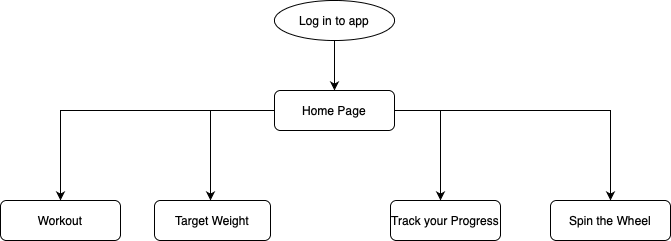
danaibrilli/beast-mode keeps this draw.io diagram as img/Flowchart.png. Above is the earlier version. Source tidied: cells renumbered, new cells last; positions are measured from the earlier drawing's top-left corner, leaving out a move shared by most shapes.
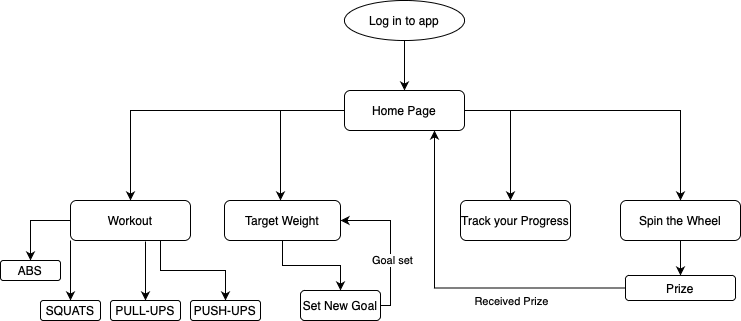
Above is the later version.

The edit, as a diff of the source:
```diff
@@ -23,6 +23,12 @@
     <mxCell id="6" value="Home Page" style="rounded=1;whiteSpace=wrap;html=1;fontSize=12;glass=0;strokeWidth=1;shadow=0;" parent="1" vertex="1">
       <mxGeometry x="274" y="90" width="120" height="40" as="geometry" />
     </mxCell>
+    <mxCell id="13" style="edgeStyle=orthogonalEdgeStyle;rounded=0;jettySize=auto;html=1;entryX=0.5;entryY=0;entryDx=0;entryDy=0;" parent="1" edge="1" source="7" target="17">
+      <mxGeometry relative="1" as="geometry" />
+    </mxCell>
+    <mxCell id="14" style="edgeStyle=orthogonalEdgeStyle;rounded=0;jettySize=auto;html=1;exitX=0.75;exitY=1;exitDx=0;exitDy=0;entryX=0.5;entryY=0;entryDx=0;entryDy=0;" parent="1" edge="1" source="7" target="22">
+      <mxGeometry relative="1" as="geometry" />
+    </mxCell>
     <mxCell id="7" value="Workout" style="rounded=1;whiteSpace=wrap;html=1;fontSize=12;glass=0;strokeWidth=1;shadow=0;" parent="1" vertex="1">
       <mxGeometry y="200" width="120" height="40" as="geometry" />
     </mxCell>
@@ -32,14 +38,65 @@
     <mxCell id="9" value="Log in to app" style="ellipse;whiteSpace=wrap;html=1;" parent="1" vertex="1">
       <mxGeometry x="274" width="120" height="40" as="geometry" />
     </mxCell>
+    <mxCell id="15" style="edgeStyle=orthogonalEdgeStyle;rounded=0;jettySize=auto;html=1;" parent="1" edge="1" source="10" target="25">
+      <mxGeometry relative="1" as="geometry" />
+    </mxCell>
     <mxCell id="10" value="Target Weight" style="rounded=1;whiteSpace=wrap;html=1;" parent="1" vertex="1">
       <mxGeometry x="154" y="200" width="116" height="40" as="geometry" />
     </mxCell>
+    <mxCell id="16" style="edgeStyle=orthogonalEdgeStyle;rounded=0;jettySize=auto;html=1;entryX=0.5;entryY=0;entryDx=0;entryDy=0;" parent="1" edge="1" source="11" target="28">
+      <mxGeometry relative="1" as="geometry" />
+    </mxCell>
     <mxCell id="11" value="Spin the Wheel" style="rounded=1;whiteSpace=wrap;html=1;" parent="1" vertex="1">
       <mxGeometry x="550" y="200" width="120" height="40" as="geometry" />
     </mxCell>
     <mxCell id="12" value="Track your Progress" style="rounded=1;whiteSpace=wrap;html=1;" parent="1" vertex="1">
       <mxGeometry x="390" y="200" width="110" height="40" as="geometry" />
     </mxCell>
+    <mxCell id="17" value="ABS" style="rounded=1;whiteSpace=wrap;html=1;" parent="1" vertex="1">
+      <mxGeometry x="-70" y="260" width="60" height="20" as="geometry" />
+    </mxCell>
+    <mxCell id="18" style="edgeStyle=orthogonalEdgeStyle;rounded=0;jettySize=auto;html=1;entryX=0.5;entryY=0;entryDx=0;entryDy=0;exitX=0;exitY=1;exitDx=0;exitDy=0;" parent="1" edge="1" source="7" target="19">
+      <mxGeometry relative="1" as="geometry" />
+    </mxCell>
+    <mxCell id="19" value="SQUATS" style="rounded=1;whiteSpace=wrap;html=1;" parent="1" vertex="1">
+      <mxGeometry x="-30" y="300" width="60" height="20" as="geometry" />
+    </mxCell>
+    <mxCell id="20" style="edgeStyle=orthogonalEdgeStyle;rounded=0;jettySize=auto;html=1;entryX=0.5;entryY=0;entryDx=0;entryDy=0;" parent="1" edge="1" target="21">
+      <mxGeometry relative="1" as="geometry">
+        <mxPoint x="75" y="241" as="sourcePoint" />
+      </mxGeometry>
+    </mxCell>
+    <mxCell id="21" value="PULL-UPS" style="rounded=1;whiteSpace=wrap;html=1;" parent="1" vertex="1">
+      <mxGeometry x="40" y="300" width="70" height="20" as="geometry" />
+    </mxCell>
+    <mxCell id="22" value="PUSH-UPS" style="rounded=1;whiteSpace=wrap;html=1;" parent="1" vertex="1">
+      <mxGeometry x="120" y="300" width="70" height="20" as="geometry" />
+    </mxCell>
+    <mxCell id="23" style="edgeStyle=orthogonalEdgeStyle;rounded=0;jettySize=auto;html=1;entryX=1;entryY=0.5;entryDx=0;entryDy=0;" parent="1" edge="1" source="25" target="10">
+      <mxGeometry relative="1" as="geometry">
+        <Array as="points">
+          <mxPoint x="320" y="305" />
+          <mxPoint x="320" y="220" />
+        </Array>
+      </mxGeometry>
+    </mxCell>
+    <mxCell id="24" value="Goal set" style="edgeLabel;html=1;align=center;verticalAlign=middle;" parent="23" vertex="1">
+      <mxGeometry x="-0.23" y="-1" relative="1" as="geometry" />
+    </mxCell>
+    <mxCell id="25" value="Set New Goal" style="rounded=1;whiteSpace=wrap;html=1;" parent="1" vertex="1">
+      <mxGeometry x="230" y="290" width="80" height="30" as="geometry" />
+    </mxCell>
+    <mxCell id="26" style="edgeStyle=orthogonalEdgeStyle;rounded=0;jettySize=auto;html=1;entryX=0.75;entryY=1;entryDx=0;entryDy=0;" parent="1" edge="1" source="28" target="6">
+      <mxGeometry relative="1" as="geometry" />
+    </mxCell>
+    <mxCell id="27" value="Received Prize" style="edgeLabel;html=1;align=center;verticalAlign=middle;" parent="26" vertex="1">
+      <mxGeometry x="-0.18" y="1" relative="1" as="geometry">
+        <mxPoint x="28" y="11.5" as="offset" />
+      </mxGeometry>
+    </mxCell>
+    <mxCell id="28" value="Prize" style="rounded=1;whiteSpace=wrap;html=1;" parent="1" vertex="1">
+      <mxGeometry x="555" y="275" width="110" height="25" as="geometry" />
+    </mxCell>
   </root>
 </mxGraphModel>
```
